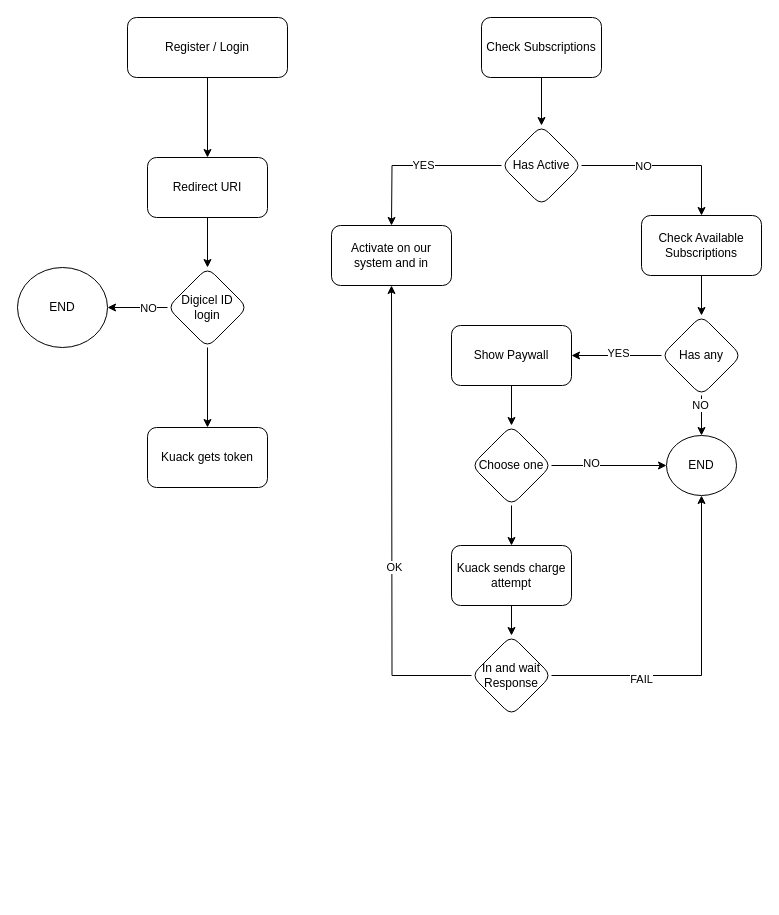
Before: page "Digicel" (4 of 4) of Untitled Diagram.drawio in andresmdo/phplame, a draw.io diagram. Source tidied: cells renumbered, new cells numbered last; positions are measured from the earlier drawing's top-left corner, leaving out a move shared by most shapes. Both pictures are drawn from the tidied source at 100%, with x=0, y=0 at pixel (17, 17).
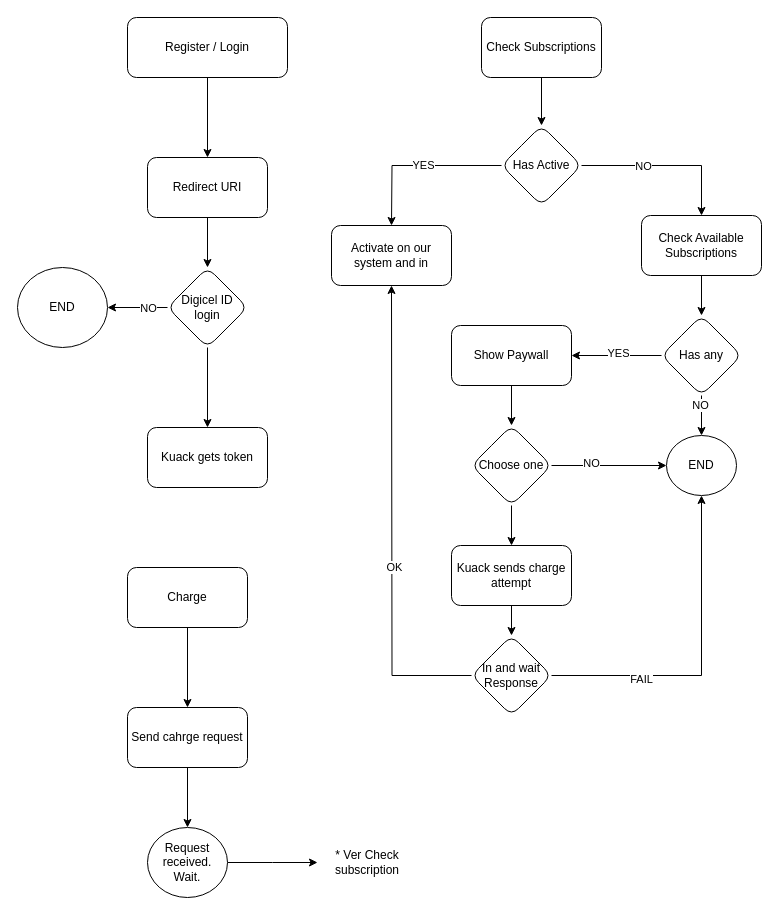
The same diagram, later.

Commit message:
Diagramas para todos

Diff of the diagram source:
```diff
@@
+    <mxCell id="41" style="edgeStyle=orthogonalEdgeStyle;rounded=0;jettySize=auto;html=1;" parent="1" edge="1" source="42" target="44">
+      <mxGeometry relative="1" as="geometry" />
+    </mxCell>
+    <mxCell id="42" value="Charge" style="rounded=1;whiteSpace=wrap;html=1;" parent="1" vertex="1">
+      <mxGeometry x="110" y="550" width="120" height="60" as="geometry" />
+    </mxCell>
+    <mxCell id="43" style="edgeStyle=orthogonalEdgeStyle;rounded=0;jettySize=auto;html=1;" parent="1" edge="1" source="44" target="46">
+      <mxGeometry relative="1" as="geometry" />
+    </mxCell>
+    <mxCell id="44" value="Send cahrge request" style="whiteSpace=wrap;html=1;rounded=1;" parent="1" vertex="1">
+      <mxGeometry x="110" y="690" width="120" height="60" as="geometry" />
+    </mxCell>
+    <mxCell id="45" style="edgeStyle=orthogonalEdgeStyle;rounded=0;jettySize=auto;html=1;entryX=0;entryY=0.5;entryDx=0;entryDy=0;" parent="1" edge="1" source="46">
+      <mxGeometry relative="1" as="geometry">
+        <mxPoint x="300" y="845" as="targetPoint" />
+      </mxGeometry>
+    </mxCell>
+    <mxCell id="46" value="Request received.&lt;br&gt;Wait." style="ellipse;whiteSpace=wrap;html=1;rounded=1;" parent="1" vertex="1">
+      <mxGeometry x="130" y="810" width="80" height="70" as="geometry" />
+    </mxCell>
+    <mxCell id="47" value="* Ver Check subscription" style="text;html=1;strokeColor=none;fillColor=none;align=center;verticalAlign=middle;whiteSpace=wrap;rounded=0;" parent="1" vertex="1">
+      <mxGeometry x="300" y="835" width="100" height="20" as="geometry" />
+    </mxCell>
```
